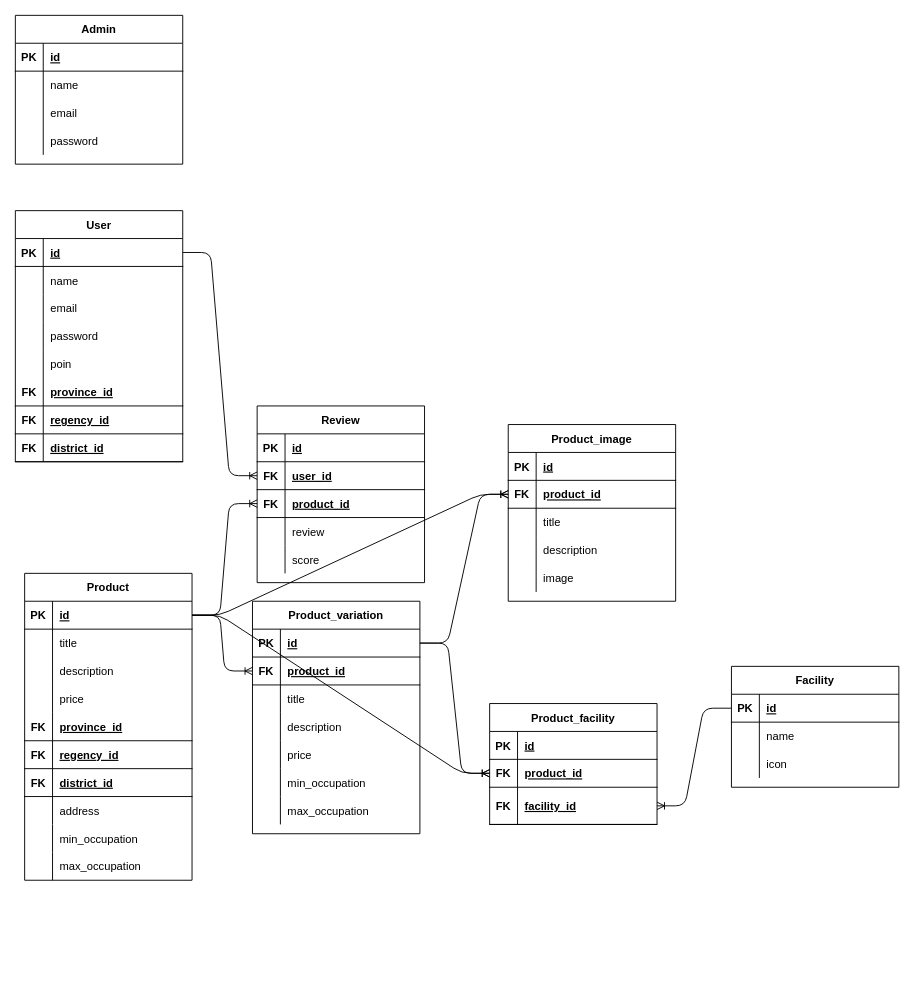
Before: Glampy.drawio in excalios/GlampyAPI, a draw.io diagram. Source tidied: cells renumbered, new cells numbered last; positions are measured from the earlier drawing's top-left corner, leaving out a move shared by most shapes. Both pictures are drawn from the tidied source at 93%, with x=0, y=0 at pixel (15, 15).
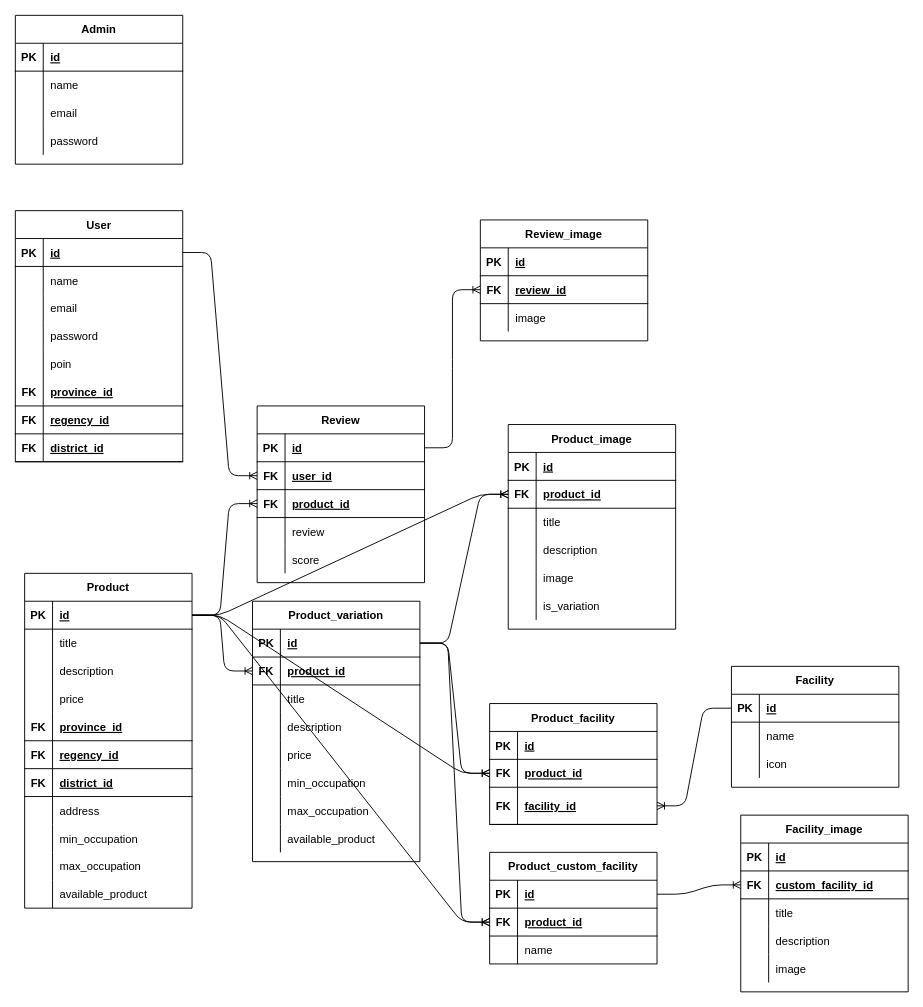
After the change.

The change refers to these unchanged cells:
```xml
<mxCell id="41" style="shape=partialRectangle;fillColor=none;top=0;left=0;bottom=1;right=0;points=[[0,0.5],[1,0.5]];portConstraint=eastwest;" parent="40" vertex="1">
  <mxGeometry y="30" width="180" height="30" as="geometry" />
</mxCell>
<mxCell id="111" style="shape=partialRectangle;fillColor=none;top=0;left=0;bottom=1;right=0;points=[[0,0.5],[1,0.5]];portConstraint=eastwest;" parent="110" vertex="1">
  <mxGeometry y="30" width="180" height="30" as="geometry" />
</mxCell>
<mxCell id="136" style="shape=partialRectangle;fillColor=none;top=0;left=0;bottom=1;right=0;points=[[0,0.5],[1,0.5]];portConstraint=eastwest;" parent="135" vertex="1">
  <mxGeometry y="30" width="180" height="30" as="geometry" />
</mxCell>
```

Change to the diagram source:
```diff
@@
+    <mxCell id="153" style="edgeStyle=entityRelationEdgeStyle;jettySize=auto;html=1;exitX=1;exitY=0.5;exitDx=0;exitDy=0;entryX=0;entryY=0.5;entryDx=0;entryDy=0;fontSize=12;endArrow=ERoneToMany;" parent="1" edge="1" source="41" target="178">
+      <mxGeometry relative="1" as="geometry" />
+    </mxCell>
@@
     <mxCell id="40" value="Product" style="shape=table;startSize=30;childLayout=tableLayout;rowLines=0;fontStyle=1;align=center;" parent="1" vertex="1">
-      <mxGeometry x="10" y="600" width="180" height="330" as="geometry" />
+      <mxGeometry x="10" y="600" width="180" height="360" as="geometry" />
     </mxCell>
@@
+    <mxCell id="154" style="shape=partialRectangle;fillColor=none;top=0;left=0;bottom=0;right=0;" parent="40" vertex="1">
+      <mxGeometry y="330" width="180" height="30" as="geometry" />
+    </mxCell>
+    <mxCell id="155" style="shape=partialRectangle;fillColor=none;top=0;left=0;bottom=0;right=0;overflow=hidden;" parent="154" vertex="1">
+      <mxGeometry width="30" height="30" as="geometry" />
+    </mxCell>
+    <mxCell id="156" value="available_product" style="shape=partialRectangle;fillColor=none;top=0;left=0;bottom=0;right=0;align=left;spacingLeft=6;overflow=hidden;" parent="154" vertex="1">
+      <mxGeometry x="30" width="150" height="30" as="geometry" />
+    </mxCell>
@@
     <mxCell id="93" value="Product_image" style="shape=table;startSize=30;childLayout=tableLayout;rowLines=0;fontStyle=1;align=center;" parent="1" vertex="1">
-      <mxGeometry x="530" y="440" width="180" height="190" as="geometry" />
+      <mxGeometry x="530" y="440" width="180" height="220" as="geometry" />
     </mxCell>
@@
+    <mxCell id="157" style="shape=partialRectangle;fillColor=none;top=0;left=0;bottom=0;right=0;" parent="93" vertex="1">
+      <mxGeometry y="180" width="180" height="30" as="geometry" />
+    </mxCell>
+    <mxCell id="158" style="shape=partialRectangle;fillColor=none;top=0;left=0;bottom=0;right=0;overflow=hidden;" parent="157" vertex="1">
+      <mxGeometry width="30" height="30" as="geometry" />
+    </mxCell>
+    <mxCell id="159" value="is_variation" style="shape=partialRectangle;fillColor=none;top=0;left=0;bottom=0;right=0;align=left;spacingLeft=6;overflow=hidden;" parent="157" vertex="1">
+      <mxGeometry x="30" width="150" height="30" as="geometry" />
+    </mxCell>
@@
     <mxCell id="110" value="Product_variation" style="shape=table;startSize=30;childLayout=tableLayout;rowLines=0;fontStyle=1;align=center;" parent="1" vertex="1">
-      <mxGeometry x="255" y="630" width="180" height="250" as="geometry" />
+      <mxGeometry x="255" y="630" width="180" height="280" as="geometry" />
     </mxCell>
@@
+    <mxCell id="160" style="shape=partialRectangle;fillColor=none;top=0;left=0;bottom=0;right=0;" parent="110" vertex="1">
+      <mxGeometry y="240" width="180" height="30" as="geometry" />
+    </mxCell>
+    <mxCell id="161" style="shape=partialRectangle;fillColor=none;top=0;left=0;bottom=0;right=0;overflow=hidden;" parent="160" vertex="1">
+      <mxGeometry width="30" height="30" as="geometry" />
+    </mxCell>
+    <mxCell id="162" value="available_product" style="shape=partialRectangle;fillColor=none;top=0;left=0;bottom=0;right=0;align=left;spacingLeft=6;overflow=hidden;" parent="160" vertex="1">
+      <mxGeometry x="30" width="150" height="30" as="geometry" />
+    </mxCell>
@@
+    <mxCell id="163" value="Review_image" style="shape=table;startSize=30;childLayout=tableLayout;rowLines=0;fontStyle=1;align=center;" parent="1" vertex="1">
+      <mxGeometry x="500" y="220" width="180" height="130" as="geometry" />
+    </mxCell>
+    <mxCell id="164" style="shape=partialRectangle;fillColor=none;top=0;left=0;bottom=1;right=0;" parent="163" vertex="1">
+      <mxGeometry y="30" width="180" height="30" as="geometry" />
+    </mxCell>
+    <mxCell id="165" value="PK" style="shape=partialRectangle;fillColor=none;top=0;left=0;bottom=0;right=0;fontStyle=1;overflow=hidden;" parent="164" vertex="1">
+      <mxGeometry width="30" height="30" as="geometry" />
+    </mxCell>
+    <mxCell id="166" value="id" style="shape=partialRectangle;fillColor=none;top=0;left=0;bottom=0;right=0;align=left;spacingLeft=6;fontStyle=5;overflow=hidden;" parent="164" vertex="1">
+      <mxGeometry x="30" width="150" height="30" as="geometry" />
+    </mxCell>
+    <mxCell id="167" style="shape=partialRectangle;fillColor=none;top=0;left=0;bottom=1;right=0;points=[[0,0.5],[1,0.5]];portConstraint=eastwest;" parent="163" vertex="1">
+      <mxGeometry y="60" width="180" height="30" as="geometry" />
+    </mxCell>
+    <mxCell id="168" value="FK" style="shape=partialRectangle;fillColor=none;top=0;left=0;bottom=0;right=0;fontStyle=1;overflow=hidden;" parent="167" vertex="1">
+      <mxGeometry width="30" height="30" as="geometry" />
+    </mxCell>
+    <mxCell id="169" value="review_id" style="shape=partialRectangle;fillColor=none;top=0;left=0;bottom=0;right=0;align=left;spacingLeft=6;fontStyle=5;overflow=hidden;" parent="167" vertex="1">
+      <mxGeometry x="30" width="150" height="30" as="geometry" />
+    </mxCell>
+    <mxCell id="170" style="shape=partialRectangle;fillColor=none;top=0;left=0;bottom=0;right=0;" parent="163" vertex="1">
+      <mxGeometry y="90" width="180" height="30" as="geometry" />
+    </mxCell>
+    <mxCell id="171" style="shape=partialRectangle;fillColor=none;top=0;left=0;bottom=0;right=0;overflow=hidden;" parent="170" vertex="1">
+      <mxGeometry width="30" height="30" as="geometry" />
+    </mxCell>
+    <mxCell id="172" value="image" style="shape=partialRectangle;fillColor=none;top=0;left=0;bottom=0;right=0;align=left;spacingLeft=6;overflow=hidden;" parent="170" vertex="1">
+      <mxGeometry x="30" width="150" height="30" as="geometry" />
+    </mxCell>
+    <mxCell id="173" style="edgeStyle=entityRelationEdgeStyle;jettySize=auto;html=1;exitX=1;exitY=0.5;exitDx=0;exitDy=0;entryX=0;entryY=0.5;entryDx=0;entryDy=0;fontSize=12;endArrow=ERoneToMany;" parent="1" edge="1" source="136" target="167">
+      <mxGeometry relative="1" as="geometry" />
+    </mxCell>
+    <mxCell id="174" value="Product_custom_facility" style="shape=table;startSize=30;childLayout=tableLayout;rowLines=0;fontStyle=1;align=center;" parent="1" vertex="1">
+      <mxGeometry x="510" y="900" width="180" height="120" as="geometry" />
+    </mxCell>
+    <mxCell id="175" style="shape=partialRectangle;fillColor=none;top=0;left=0;bottom=1;right=0;points=[[0,0.5],[1,0.5]];portConstraint=eastwest;" parent="174" vertex="1">
+      <mxGeometry y="30" width="180" height="30" as="geometry" />
+    </mxCell>
+    <mxCell id="176" value="PK" style="shape=partialRectangle;fillColor=none;top=0;left=0;bottom=0;right=0;fontStyle=1;overflow=hidden;" parent="175" vertex="1">
+      <mxGeometry width="30" height="30" as="geometry" />
+    </mxCell>
+    <mxCell id="177" value="id" style="shape=partialRectangle;fillColor=none;top=0;left=0;bottom=0;right=0;align=left;spacingLeft=6;fontStyle=5;overflow=hidden;" parent="175" vertex="1">
+      <mxGeometry x="30" width="150" height="30" as="geometry" />
+    </mxCell>
+    <mxCell id="178" style="shape=partialRectangle;fillColor=none;top=0;left=0;bottom=1;right=0;points=[[0,0.5],[1,0.5]];portConstraint=eastwest;" parent="174" vertex="1">
+      <mxGeometry y="60" width="180" height="30" as="geometry" />
+    </mxCell>
+    <mxCell id="179" value="FK" style="shape=partialRectangle;fillColor=none;top=0;left=0;bottom=0;right=0;fontStyle=1;overflow=hidden;" parent="178" vertex="1">
+      <mxGeometry width="30" height="30" as="geometry" />
+    </mxCell>
+    <mxCell id="180" value="product_id" style="shape=partialRectangle;fillColor=none;top=0;left=0;bottom=0;right=0;align=left;spacingLeft=6;fontStyle=5;overflow=hidden;" parent="178" vertex="1">
+      <mxGeometry x="30" width="150" height="30" as="geometry" />
+    </mxCell>
+    <mxCell id="181" style="shape=partialRectangle;fillColor=none;top=0;left=0;bottom=0;right=0;" parent="174" vertex="1">
+      <mxGeometry y="90" width="180" height="30" as="geometry" />
+    </mxCell>
+    <mxCell id="182" style="shape=partialRectangle;fillColor=none;top=0;left=0;bottom=0;right=0;overflow=hidden;" parent="181" vertex="1">
+      <mxGeometry width="30" height="30" as="geometry" />
+    </mxCell>
+    <mxCell id="183" value="name" style="shape=partialRectangle;fillColor=none;top=0;left=0;bottom=0;right=0;align=left;spacingLeft=6;overflow=hidden;" parent="181" vertex="1">
+      <mxGeometry x="30" width="150" height="30" as="geometry" />
+    </mxCell>
+    <mxCell id="184" style="edgeStyle=entityRelationEdgeStyle;jettySize=auto;html=1;exitX=1;exitY=0.5;exitDx=0;exitDy=0;entryX=0;entryY=0.5;entryDx=0;entryDy=0;fontSize=12;endArrow=ERoneToMany;" parent="1" edge="1" source="111" target="178">
+      <mxGeometry relative="1" as="geometry" />
+    </mxCell>
+    <mxCell id="185" value="Facility_image" style="shape=table;startSize=30;childLayout=tableLayout;rowLines=0;fontStyle=1;align=center;" parent="1" vertex="1">
+      <mxGeometry x="780" y="860" width="180" height="190" as="geometry" />
+    </mxCell>
+    <mxCell id="186" style="shape=partialRectangle;fillColor=none;top=0;left=0;bottom=1;right=0;" parent="185" vertex="1">
+      <mxGeometry y="30" width="180" height="30" as="geometry" />
+    </mxCell>
+    <mxCell id="187" value="PK" style="shape=partialRectangle;fillColor=none;top=0;left=0;bottom=0;right=0;fontStyle=1;overflow=hidden;" parent="186" vertex="1">
+      <mxGeometry width="30" height="30" as="geometry" />
+    </mxCell>
+    <mxCell id="188" value="id" style="shape=partialRectangle;fillColor=none;top=0;left=0;bottom=0;right=0;align=left;spacingLeft=6;fontStyle=5;overflow=hidden;" parent="186" vertex="1">
+      <mxGeometry x="30" width="150" height="30" as="geometry" />
+    </mxCell>
+    <mxCell id="189" style="shape=partialRectangle;fillColor=none;top=0;left=0;bottom=1;right=0;points=[[0,0.5],[1,0.5]];portConstraint=eastwest;" parent="185" vertex="1">
+      <mxGeometry y="60" width="180" height="30" as="geometry" />
+    </mxCell>
+    <mxCell id="190" value="FK" style="shape=partialRectangle;fillColor=none;top=0;left=0;bottom=0;right=0;fontStyle=1;overflow=hidden;" parent="189" vertex="1">
+      <mxGeometry width="30" height="30" as="geometry" />
+    </mxCell>
+    <mxCell id="191" value="custom_facility_id" style="shape=partialRectangle;fillColor=none;top=0;left=0;bottom=0;right=0;align=left;spacingLeft=6;fontStyle=5;overflow=hidden;" parent="189" vertex="1">
+      <mxGeometry x="30" width="150" height="30" as="geometry" />
+    </mxCell>
+    <mxCell id="192" style="shape=partialRectangle;fillColor=none;top=0;left=0;bottom=0;right=0;" parent="185" vertex="1">
+      <mxGeometry y="90" width="180" height="30" as="geometry" />
+    </mxCell>
+    <mxCell id="193" style="shape=partialRectangle;fillColor=none;top=0;left=0;bottom=0;right=0;overflow=hidden;" parent="192" vertex="1">
+      <mxGeometry width="30" height="30" as="geometry" />
+    </mxCell>
+    <mxCell id="194" value="title" style="shape=partialRectangle;fillColor=none;top=0;left=0;bottom=0;right=0;align=left;spacingLeft=6;overflow=hidden;" parent="192" vertex="1">
+      <mxGeometry x="30" width="150" height="30" as="geometry" />
+    </mxCell>
+    <mxCell id="195" style="shape=partialRectangle;fillColor=none;top=0;left=0;bottom=0;right=0;" parent="185" vertex="1">
+      <mxGeometry y="120" width="180" height="30" as="geometry" />
+    </mxCell>
+    <mxCell id="196" style="shape=partialRectangle;fillColor=none;top=0;left=0;bottom=0;right=0;overflow=hidden;" parent="195" vertex="1">
+      <mxGeometry width="30" height="30" as="geometry" />
+    </mxCell>
+    <mxCell id="197" value="description" style="shape=partialRectangle;fillColor=none;top=0;left=0;bottom=0;right=0;align=left;spacingLeft=6;overflow=hidden;" parent="195" vertex="1">
+      <mxGeometry x="30" width="150" height="30" as="geometry" />
+    </mxCell>
+    <mxCell id="198" style="shape=partialRectangle;fillColor=none;top=0;left=0;bottom=0;right=0;" parent="185" vertex="1">
+      <mxGeometry y="150" width="180" height="30" as="geometry" />
+    </mxCell>
+    <mxCell id="199" style="shape=partialRectangle;fillColor=none;top=0;left=0;bottom=0;right=0;overflow=hidden;" parent="198" vertex="1">
+      <mxGeometry width="30" height="30" as="geometry" />
+    </mxCell>
+    <mxCell id="200" value="image" style="shape=partialRectangle;fillColor=none;top=0;left=0;bottom=0;right=0;align=left;spacingLeft=6;overflow=hidden;" parent="198" vertex="1">
+      <mxGeometry x="30" width="150" height="30" as="geometry" />
+    </mxCell>
+    <mxCell id="201" style="edgeStyle=entityRelationEdgeStyle;jettySize=auto;html=1;exitX=1;exitY=0.5;exitDx=0;exitDy=0;entryX=0;entryY=0.5;entryDx=0;entryDy=0;fontSize=12;endArrow=ERoneToMany;" parent="1" edge="1" source="175" target="189">
+      <mxGeometry relative="1" as="geometry" />
+    </mxCell>
```
